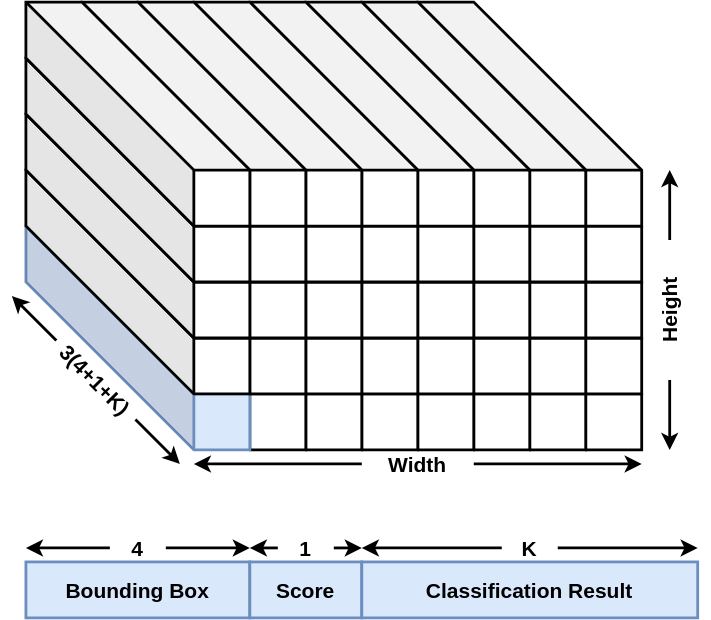
This is Feature Map Outputs.svg from yyhtbs-yye/course_images, a draw.io export, as it was before one commit. Source tidied: cells renumbered, new cells last; positions are measured from the earlier drawing's top-left corner, leaving out a move shared by most shapes. The source it was exported from:
```xml
<mxGraphModel>
  <root>
    <mxCell id="0" />
    <mxCell id="1" parent="0" />
    <mxCell id="2" style="shape=cube;whiteSpace=wrap;html=1;boundedLbl=1;backgroundOutline=1;darkOpacity=0.05;darkOpacity2=0.1;size=120;strokeWidth=2;" parent="1" vertex="1">
      <mxGeometry x="290" y="160" width="160" height="160" as="geometry" />
    </mxCell>
    <mxCell id="3" style="shape=cube;whiteSpace=wrap;html=1;boundedLbl=1;backgroundOutline=1;darkOpacity=0.05;darkOpacity2=0.1;size=120;strokeWidth=2;" parent="1" vertex="1">
      <mxGeometry x="250" y="160" width="160" height="160" as="geometry" />
    </mxCell>
    <mxCell id="4" style="shape=cube;whiteSpace=wrap;html=1;boundedLbl=1;backgroundOutline=1;darkOpacity=0.05;darkOpacity2=0.1;size=120;strokeWidth=2;" parent="1" vertex="1">
      <mxGeometry x="210" y="160" width="160" height="160" as="geometry" />
    </mxCell>
    <mxCell id="5" style="shape=cube;whiteSpace=wrap;html=1;boundedLbl=1;backgroundOutline=1;darkOpacity=0.05;darkOpacity2=0.1;size=120;strokeWidth=2;" parent="1" vertex="1">
      <mxGeometry x="170" y="160" width="160" height="160" as="geometry" />
    </mxCell>
    <mxCell id="6" style="shape=cube;whiteSpace=wrap;html=1;boundedLbl=1;backgroundOutline=1;darkOpacity=0.05;darkOpacity2=0.1;size=120;strokeWidth=2;" parent="1" vertex="1">
      <mxGeometry x="130" y="160" width="160" height="160" as="geometry" />
    </mxCell>
    <mxCell id="7" style="shape=cube;whiteSpace=wrap;html=1;boundedLbl=1;backgroundOutline=1;darkOpacity=0.05;darkOpacity2=0.1;size=120;strokeWidth=2;" parent="1" vertex="1">
      <mxGeometry x="90" y="160" width="160" height="160" as="geometry" />
    </mxCell>
    <mxCell id="8" style="shape=cube;whiteSpace=wrap;html=1;boundedLbl=1;backgroundOutline=1;darkOpacity=0.05;darkOpacity2=0.1;size=120;strokeWidth=2;" parent="1" vertex="1">
      <mxGeometry x="50" y="160" width="160" height="160" as="geometry" />
    </mxCell>
    <mxCell id="9" style="shape=cube;whiteSpace=wrap;html=1;boundedLbl=1;backgroundOutline=1;darkOpacity=0.05;darkOpacity2=0.1;size=120;fillColor=#dae8fc;strokeColor=#6c8ebf;strokeWidth=2;" parent="1" vertex="1">
      <mxGeometry x="10" y="160" width="160" height="160" as="geometry" />
    </mxCell>
    <mxCell id="10" style="shape=cube;whiteSpace=wrap;html=1;boundedLbl=1;backgroundOutline=1;darkOpacity=0.05;darkOpacity2=0.1;size=120;strokeWidth=2;" parent="1" vertex="1">
      <mxGeometry x="290" y="120" width="160" height="160" as="geometry" />
    </mxCell>
    <mxCell id="11" style="shape=cube;whiteSpace=wrap;html=1;boundedLbl=1;backgroundOutline=1;darkOpacity=0.05;darkOpacity2=0.1;size=120;strokeWidth=2;" parent="1" vertex="1">
      <mxGeometry x="250" y="120" width="160" height="160" as="geometry" />
    </mxCell>
    <mxCell id="12" style="shape=cube;whiteSpace=wrap;html=1;boundedLbl=1;backgroundOutline=1;darkOpacity=0.05;darkOpacity2=0.1;size=120;strokeWidth=2;" parent="1" vertex="1">
      <mxGeometry x="210" y="120" width="160" height="160" as="geometry" />
    </mxCell>
    <mxCell id="13" style="shape=cube;whiteSpace=wrap;html=1;boundedLbl=1;backgroundOutline=1;darkOpacity=0.05;darkOpacity2=0.1;size=120;strokeWidth=2;" parent="1" vertex="1">
      <mxGeometry x="170" y="120" width="160" height="160" as="geometry" />
    </mxCell>
    <mxCell id="14" style="shape=cube;whiteSpace=wrap;html=1;boundedLbl=1;backgroundOutline=1;darkOpacity=0.05;darkOpacity2=0.1;size=120;strokeWidth=2;" parent="1" vertex="1">
      <mxGeometry x="130" y="120" width="160" height="160" as="geometry" />
    </mxCell>
    <mxCell id="15" style="shape=cube;whiteSpace=wrap;html=1;boundedLbl=1;backgroundOutline=1;darkOpacity=0.05;darkOpacity2=0.1;size=120;strokeWidth=2;" parent="1" vertex="1">
      <mxGeometry x="90" y="120" width="160" height="160" as="geometry" />
    </mxCell>
    <mxCell id="16" style="shape=cube;whiteSpace=wrap;html=1;boundedLbl=1;backgroundOutline=1;darkOpacity=0.05;darkOpacity2=0.1;size=120;strokeWidth=2;" parent="1" vertex="1">
      <mxGeometry x="50" y="120" width="160" height="160" as="geometry" />
    </mxCell>
    <mxCell id="17" style="shape=cube;whiteSpace=wrap;html=1;boundedLbl=1;backgroundOutline=1;darkOpacity=0.05;darkOpacity2=0.1;size=120;strokeWidth=2;" parent="1" vertex="1">
      <mxGeometry x="10" y="120" width="160" height="160" as="geometry" />
    </mxCell>
    <mxCell id="18" style="shape=cube;whiteSpace=wrap;html=1;boundedLbl=1;backgroundOutline=1;darkOpacity=0.05;darkOpacity2=0.1;size=120;strokeWidth=2;" parent="1" vertex="1">
      <mxGeometry x="290" y="80" width="160" height="160" as="geometry" />
    </mxCell>
    <mxCell id="19" style="shape=cube;whiteSpace=wrap;html=1;boundedLbl=1;backgroundOutline=1;darkOpacity=0.05;darkOpacity2=0.1;size=120;strokeWidth=2;" parent="1" vertex="1">
      <mxGeometry x="250" y="80" width="160" height="160" as="geometry" />
    </mxCell>
    <mxCell id="20" style="shape=cube;whiteSpace=wrap;html=1;boundedLbl=1;backgroundOutline=1;darkOpacity=0.05;darkOpacity2=0.1;size=120;strokeWidth=2;" parent="1" vertex="1">
      <mxGeometry x="210" y="80" width="160" height="160" as="geometry" />
    </mxCell>
    <mxCell id="21" style="shape=cube;whiteSpace=wrap;html=1;boundedLbl=1;backgroundOutline=1;darkOpacity=0.05;darkOpacity2=0.1;size=120;strokeWidth=2;" parent="1" vertex="1">
      <mxGeometry x="170" y="80" width="160" height="160" as="geometry" />
    </mxCell>
    <mxCell id="22" style="shape=cube;whiteSpace=wrap;html=1;boundedLbl=1;backgroundOutline=1;darkOpacity=0.05;darkOpacity2=0.1;size=120;strokeWidth=2;" parent="1" vertex="1">
      <mxGeometry x="130" y="80" width="160" height="160" as="geometry" />
    </mxCell>
    <mxCell id="23" style="shape=cube;whiteSpace=wrap;html=1;boundedLbl=1;backgroundOutline=1;darkOpacity=0.05;darkOpacity2=0.1;size=120;strokeWidth=2;" parent="1" vertex="1">
      <mxGeometry x="90" y="80" width="160" height="160" as="geometry" />
    </mxCell>
    <mxCell id="24" style="shape=cube;whiteSpace=wrap;html=1;boundedLbl=1;backgroundOutline=1;darkOpacity=0.05;darkOpacity2=0.1;size=120;strokeWidth=2;" parent="1" vertex="1">
      <mxGeometry x="50" y="80" width="160" height="160" as="geometry" />
    </mxCell>
    <mxCell id="25" style="shape=cube;whiteSpace=wrap;html=1;boundedLbl=1;backgroundOutline=1;darkOpacity=0.05;darkOpacity2=0.1;size=120;strokeWidth=2;" parent="1" vertex="1">
      <mxGeometry x="10" y="80" width="160" height="160" as="geometry" />
    </mxCell>
    <mxCell id="26" style="shape=cube;whiteSpace=wrap;html=1;boundedLbl=1;backgroundOutline=1;darkOpacity=0.05;darkOpacity2=0.1;size=120;strokeWidth=2;" parent="1" vertex="1">
      <mxGeometry x="290" y="40" width="160" height="160" as="geometry" />
    </mxCell>
    <mxCell id="27" style="shape=cube;whiteSpace=wrap;html=1;boundedLbl=1;backgroundOutline=1;darkOpacity=0.05;darkOpacity2=0.1;size=120;strokeWidth=2;" parent="1" vertex="1">
      <mxGeometry x="250" y="40" width="160" height="160" as="geometry" />
    </mxCell>
    <mxCell id="28" style="shape=cube;whiteSpace=wrap;html=1;boundedLbl=1;backgroundOutline=1;darkOpacity=0.05;darkOpacity2=0.1;size=120;strokeWidth=2;" parent="1" vertex="1">
      <mxGeometry x="210" y="40" width="160" height="160" as="geometry" />
    </mxCell>
    <mxCell id="29" style="shape=cube;whiteSpace=wrap;html=1;boundedLbl=1;backgroundOutline=1;darkOpacity=0.05;darkOpacity2=0.1;size=120;strokeWidth=2;" parent="1" vertex="1">
      <mxGeometry x="170" y="40" width="160" height="160" as="geometry" />
    </mxCell>
    <mxCell id="30" style="shape=cube;whiteSpace=wrap;html=1;boundedLbl=1;backgroundOutline=1;darkOpacity=0.05;darkOpacity2=0.1;size=120;strokeWidth=2;" parent="1" vertex="1">
      <mxGeometry x="130" y="40" width="160" height="160" as="geometry" />
    </mxCell>
    <mxCell id="31" style="shape=cube;whiteSpace=wrap;html=1;boundedLbl=1;backgroundOutline=1;darkOpacity=0.05;darkOpacity2=0.1;size=120;strokeWidth=2;" parent="1" vertex="1">
      <mxGeometry x="90" y="40" width="160" height="160" as="geometry" />
    </mxCell>
    <mxCell id="32" style="shape=cube;whiteSpace=wrap;html=1;boundedLbl=1;backgroundOutline=1;darkOpacity=0.05;darkOpacity2=0.1;size=120;strokeWidth=2;" parent="1" vertex="1">
      <mxGeometry x="50" y="40" width="160" height="160" as="geometry" />
    </mxCell>
    <mxCell id="33" style="shape=cube;whiteSpace=wrap;html=1;boundedLbl=1;backgroundOutline=1;darkOpacity=0.05;darkOpacity2=0.1;size=120;strokeWidth=2;" parent="1" vertex="1">
      <mxGeometry x="10" y="40" width="160" height="160" as="geometry" />
    </mxCell>
    <mxCell id="34" style="shape=cube;whiteSpace=wrap;html=1;boundedLbl=1;backgroundOutline=1;darkOpacity=0.05;darkOpacity2=0.1;size=120;strokeWidth=2;" parent="1" vertex="1">
      <mxGeometry x="290" width="160" height="160" as="geometry" />
    </mxCell>
    <mxCell id="35" style="shape=cube;whiteSpace=wrap;html=1;boundedLbl=1;backgroundOutline=1;darkOpacity=0.05;darkOpacity2=0.1;size=120;strokeWidth=2;" parent="1" vertex="1">
      <mxGeometry x="250" width="160" height="160" as="geometry" />
    </mxCell>
    <mxCell id="36" style="shape=cube;whiteSpace=wrap;html=1;boundedLbl=1;backgroundOutline=1;darkOpacity=0.05;darkOpacity2=0.1;size=120;strokeWidth=2;" parent="1" vertex="1">
      <mxGeometry x="210" width="160" height="160" as="geometry" />
    </mxCell>
    <mxCell id="37" style="shape=cube;whiteSpace=wrap;html=1;boundedLbl=1;backgroundOutline=1;darkOpacity=0.05;darkOpacity2=0.1;size=120;strokeWidth=2;" parent="1" vertex="1">
      <mxGeometry x="170" width="160" height="160" as="geometry" />
    </mxCell>
    <mxCell id="38" style="shape=cube;whiteSpace=wrap;html=1;boundedLbl=1;backgroundOutline=1;darkOpacity=0.05;darkOpacity2=0.1;size=120;strokeWidth=2;" parent="1" vertex="1">
      <mxGeometry x="130" width="160" height="160" as="geometry" />
    </mxCell>
    <mxCell id="39" style="shape=cube;whiteSpace=wrap;html=1;boundedLbl=1;backgroundOutline=1;darkOpacity=0.05;darkOpacity2=0.1;size=120;strokeWidth=2;" parent="1" vertex="1">
      <mxGeometry x="90" width="160" height="160" as="geometry" />
    </mxCell>
    <mxCell id="40" style="shape=cube;whiteSpace=wrap;html=1;boundedLbl=1;backgroundOutline=1;darkOpacity=0.05;darkOpacity2=0.1;size=120;strokeWidth=2;" parent="1" vertex="1">
      <mxGeometry x="50" width="160" height="160" as="geometry" />
    </mxCell>
    <mxCell id="41" style="shape=cube;whiteSpace=wrap;html=1;boundedLbl=1;backgroundOutline=1;darkOpacity=0.05;darkOpacity2=0.1;size=120;strokeWidth=2;" parent="1" vertex="1">
      <mxGeometry x="10" width="160" height="160" as="geometry" />
    </mxCell>
    <mxCell id="42" style="endArrow=classic;startArrow=none;html=1;rounded=0;strokeWidth=2;" parent="1" edge="1" source="44">
      <mxGeometry relative="1" as="geometry">
        <mxPoint x="450" y="330" as="targetPoint" />
      </mxGeometry>
    </mxCell>
    <mxCell id="43" style="endArrow=none;startArrow=classic;html=1;rounded=0;strokeWidth=2;" parent="1" edge="1" target="44">
      <mxGeometry relative="1" as="geometry">
        <mxPoint x="130" y="330" as="sourcePoint" />
      </mxGeometry>
    </mxCell>
    <mxCell id="44" value="Width" style="text;html=1;strokeColor=none;fillColor=none;align=center;verticalAlign=middle;whiteSpace=wrap;rounded=0;fontSize=15;fontStyle=1;strokeWidth=2;" parent="1" vertex="1">
      <mxGeometry x="250" y="320" width="80" height="20" as="geometry" />
    </mxCell>
    <mxCell id="45" style="endArrow=classic;startArrow=none;html=1;rounded=0;fontSize=15;strokeWidth=2;" parent="1" edge="1" source="47">
      <mxGeometry relative="1" as="geometry">
        <mxPoint x="470" y="120" as="targetPoint" />
      </mxGeometry>
    </mxCell>
    <mxCell id="46" style="endArrow=none;startArrow=classic;html=1;rounded=0;fontSize=15;strokeWidth=2;" parent="1" edge="1" target="47">
      <mxGeometry relative="1" as="geometry">
        <mxPoint x="470" y="320" as="sourcePoint" />
      </mxGeometry>
    </mxCell>
    <mxCell id="47" value="Height" style="text;html=1;strokeColor=none;fillColor=none;align=center;verticalAlign=middle;whiteSpace=wrap;rounded=0;fontSize=15;rotation=-90;fontStyle=1;strokeWidth=2;" parent="1" vertex="1">
      <mxGeometry x="420" y="210" width="100" height="20" as="geometry" />
    </mxCell>
    <mxCell id="48" style="endArrow=classic;startArrow=none;html=1;rounded=0;fontSize=15;strokeWidth=2;" parent="1" edge="1" source="50">
      <mxGeometry relative="1" as="geometry">
        <mxPoint x="120" y="330" as="targetPoint" />
      </mxGeometry>
    </mxCell>
    <mxCell id="49" style="endArrow=none;startArrow=classic;html=1;rounded=0;fontSize=15;strokeWidth=2;" parent="1" edge="1" target="50">
      <mxGeometry relative="1" as="geometry">
        <mxPoint y="210" as="sourcePoint" />
      </mxGeometry>
    </mxCell>
    <mxCell id="50" value="3(4+1+K)" style="text;html=1;strokeColor=none;fillColor=none;align=center;verticalAlign=middle;whiteSpace=wrap;rounded=0;fontSize=15;rotation=45;fontStyle=1;strokeWidth=2;" parent="1" vertex="1">
      <mxGeometry x="20" y="260" width="80" height="20" as="geometry" />
    </mxCell>
    <mxCell id="51" value="Bounding Box" style="rounded=0;whiteSpace=wrap;html=1;fontSize=15;fillColor=#dae8fc;strokeColor=#6c8ebf;fontStyle=1;strokeWidth=2;" parent="1" vertex="1">
      <mxGeometry x="10" y="400" width="160" height="40" as="geometry" />
    </mxCell>
    <mxCell id="52" value="Score" style="rounded=0;whiteSpace=wrap;html=1;fontSize=15;fillColor=#dae8fc;strokeColor=#6c8ebf;fontStyle=1;strokeWidth=2;" parent="1" vertex="1">
      <mxGeometry x="170" y="400" width="80" height="40" as="geometry" />
    </mxCell>
    <mxCell id="53" value="Classification Result" style="rounded=0;whiteSpace=wrap;html=1;fontSize=15;fillColor=#dae8fc;strokeColor=#6c8ebf;fontStyle=1;strokeWidth=2;" parent="1" vertex="1">
      <mxGeometry x="250" y="400" width="240" height="40" as="geometry" />
    </mxCell>
    <mxCell id="54" style="endArrow=classic;startArrow=none;html=1;rounded=0;fontSize=15;strokeWidth=2;" parent="1" edge="1" source="56">
      <mxGeometry relative="1" as="geometry">
        <mxPoint x="170" y="390" as="targetPoint" />
      </mxGeometry>
    </mxCell>
    <mxCell id="55" style="endArrow=none;startArrow=classic;html=1;rounded=0;fontSize=15;strokeWidth=2;" parent="1" edge="1" target="56">
      <mxGeometry relative="1" as="geometry">
        <mxPoint x="10" y="390" as="sourcePoint" />
      </mxGeometry>
    </mxCell>
    <mxCell id="56" value="4" style="text;html=1;strokeColor=none;fillColor=none;align=center;verticalAlign=middle;whiteSpace=wrap;rounded=0;fontSize=15;fontStyle=1;strokeWidth=2;" parent="1" vertex="1">
      <mxGeometry x="70" y="380" width="40" height="20" as="geometry" />
    </mxCell>
    <mxCell id="57" style="endArrow=classic;startArrow=none;html=1;rounded=0;fontSize=15;strokeWidth=2;" parent="1" edge="1" source="59">
      <mxGeometry relative="1" as="geometry">
        <mxPoint x="250" y="390" as="targetPoint" />
      </mxGeometry>
    </mxCell>
    <mxCell id="58" style="endArrow=none;startArrow=classic;html=1;rounded=0;fontSize=15;strokeWidth=2;" parent="1" edge="1" target="59">
      <mxGeometry relative="1" as="geometry">
        <mxPoint x="170" y="390" as="sourcePoint" />
      </mxGeometry>
    </mxCell>
    <mxCell id="59" value="1" style="text;html=1;strokeColor=none;fillColor=none;align=center;verticalAlign=middle;whiteSpace=wrap;rounded=0;fontSize=15;fontStyle=1;strokeWidth=2;" parent="1" vertex="1">
      <mxGeometry x="190" y="380" width="40" height="20" as="geometry" />
    </mxCell>
    <mxCell id="60" style="endArrow=classic;startArrow=none;html=1;rounded=0;fontSize=15;strokeWidth=2;" parent="1" edge="1" source="62">
      <mxGeometry relative="1" as="geometry">
        <mxPoint x="490" y="390" as="targetPoint" />
      </mxGeometry>
    </mxCell>
    <mxCell id="61" style="endArrow=none;startArrow=classic;html=1;rounded=0;fontSize=15;strokeWidth=2;" parent="1" edge="1" target="62">
      <mxGeometry relative="1" as="geometry">
        <mxPoint x="250" y="390" as="sourcePoint" />
      </mxGeometry>
    </mxCell>
    <mxCell id="62" value="K" style="text;html=1;strokeColor=none;fillColor=none;align=center;verticalAlign=middle;whiteSpace=wrap;rounded=0;fontSize=15;fontStyle=1;strokeWidth=2;" parent="1" vertex="1">
      <mxGeometry x="350" y="380" width="40" height="20" as="geometry" />
    </mxCell>
  </root>
</mxGraphModel>
```
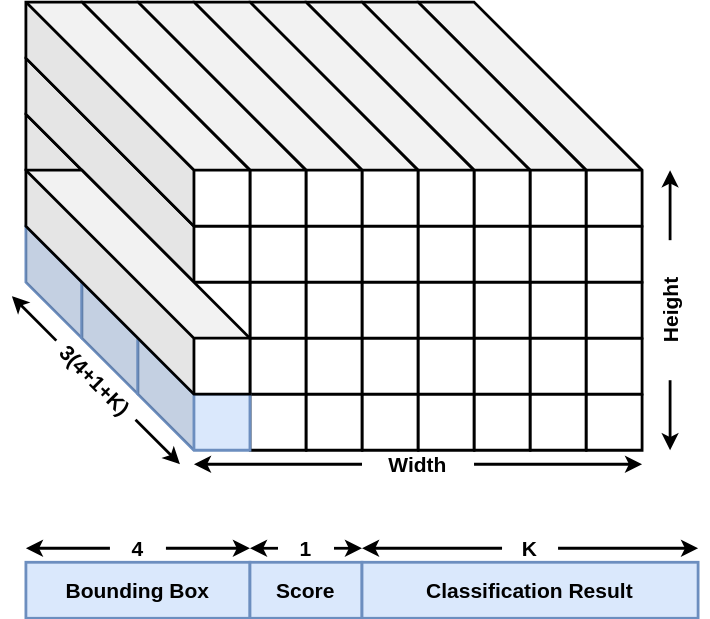
After the change.

Diff of the diagram source:
```diff
@@ -2,6 +2,9 @@
   <root>
     <mxCell id="0" />
     <mxCell id="1" parent="0" />
+    <mxCell id="63" style="shape=cube;whiteSpace=wrap;html=1;boundedLbl=1;backgroundOutline=1;darkOpacity=0.05;darkOpacity2=0.1;size=40;fillColor=#dae8fc;strokeColor=#6c8ebf;strokeWidth=2;" parent="1" vertex="1">
+      <mxGeometry x="10" y="160" width="80" height="80" as="geometry" />
+    </mxCell>
     <mxCell id="2" style="shape=cube;whiteSpace=wrap;html=1;boundedLbl=1;backgroundOutline=1;darkOpacity=0.05;darkOpacity2=0.1;size=120;strokeWidth=2;" parent="1" vertex="1">
       <mxGeometry x="290" y="160" width="160" height="160" as="geometry" />
     </mxCell>
@@ -23,9 +26,6 @@
     <mxCell id="8" style="shape=cube;whiteSpace=wrap;html=1;boundedLbl=1;backgroundOutline=1;darkOpacity=0.05;darkOpacity2=0.1;size=120;strokeWidth=2;" parent="1" vertex="1">
       <mxGeometry x="50" y="160" width="160" height="160" as="geometry" />
     </mxCell>
-    <mxCell id="9" style="shape=cube;whiteSpace=wrap;html=1;boundedLbl=1;backgroundOutline=1;darkOpacity=0.05;darkOpacity2=0.1;size=120;fillColor=#dae8fc;strokeColor=#6c8ebf;strokeWidth=2;" parent="1" vertex="1">
-      <mxGeometry x="10" y="160" width="160" height="160" as="geometry" />
-    </mxCell>
     <mxCell id="10" style="shape=cube;whiteSpace=wrap;html=1;boundedLbl=1;backgroundOutline=1;darkOpacity=0.05;darkOpacity2=0.1;size=120;strokeWidth=2;" parent="1" vertex="1">
       <mxGeometry x="290" y="120" width="160" height="160" as="geometry" />
     </mxCell>
@@ -47,9 +47,6 @@
     <mxCell id="16" style="shape=cube;whiteSpace=wrap;html=1;boundedLbl=1;backgroundOutline=1;darkOpacity=0.05;darkOpacity2=0.1;size=120;strokeWidth=2;" parent="1" vertex="1">
       <mxGeometry x="50" y="120" width="160" height="160" as="geometry" />
     </mxCell>
-    <mxCell id="17" style="shape=cube;whiteSpace=wrap;html=1;boundedLbl=1;backgroundOutline=1;darkOpacity=0.05;darkOpacity2=0.1;size=120;strokeWidth=2;" parent="1" vertex="1">
-      <mxGeometry x="10" y="120" width="160" height="160" as="geometry" />
-    </mxCell>
     <mxCell id="18" style="shape=cube;whiteSpace=wrap;html=1;boundedLbl=1;backgroundOutline=1;darkOpacity=0.05;darkOpacity2=0.1;size=120;strokeWidth=2;" parent="1" vertex="1">
       <mxGeometry x="290" y="80" width="160" height="160" as="geometry" />
     </mxCell>
@@ -209,5 +206,14 @@
     <mxCell id="62" value="K" style="text;html=1;strokeColor=none;fillColor=none;align=center;verticalAlign=middle;whiteSpace=wrap;rounded=0;fontSize=15;fontStyle=1;strokeWidth=2;" parent="1" vertex="1">
       <mxGeometry x="350" y="380" width="40" height="20" as="geometry" />
     </mxCell>
+    <mxCell id="64" style="shape=cube;whiteSpace=wrap;html=1;boundedLbl=1;backgroundOutline=1;darkOpacity=0.05;darkOpacity2=0.1;size=40;fillColor=#dae8fc;strokeColor=#6c8ebf;strokeWidth=2;" parent="1" vertex="1">
+      <mxGeometry x="50" y="200" width="80" height="80" as="geometry" />
+    </mxCell>
+    <mxCell id="65" style="shape=cube;whiteSpace=wrap;html=1;boundedLbl=1;backgroundOutline=1;darkOpacity=0.05;darkOpacity2=0.1;size=40;fillColor=#dae8fc;strokeColor=#6c8ebf;strokeWidth=2;" parent="1" vertex="1">
+      <mxGeometry x="90" y="240" width="80" height="80" as="geometry" />
+    </mxCell>
+    <mxCell id="17" style="shape=cube;whiteSpace=wrap;html=1;boundedLbl=1;backgroundOutline=1;darkOpacity=0.05;darkOpacity2=0.1;size=120;strokeWidth=2;" parent="1" vertex="1">
+      <mxGeometry x="10" y="120" width="160" height="160" as="geometry" />
+    </mxCell>
   </root>
 </mxGraphModel>
```
